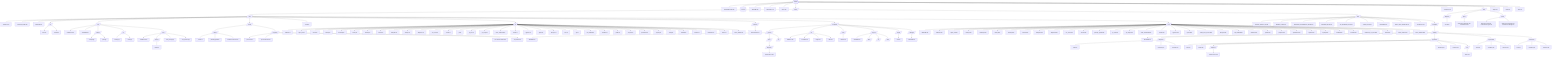
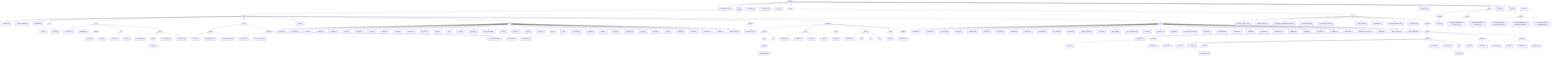
- %% antcrate tree — generated 2026-06-01T19:01:52Z
+ %% antcrate tree — generated 2026-06-07T03:29:42Z
graph TD
  root(["antcrate"])
  1["CONTRIBUTING.md"]
  root --> 1
  2[(LICENSE)]
  root --> 2
  3["README.md"]
  root --> 3
  4["SECURITY.md"]
  root --> 4
  5["SKILL.md"]
  root --> 5
  6[/assets/]
  root --> 6
  6a[/code/]
  6 --> 6a
  6a1["AGENTS.md"]
  6a --> 6a1
  6a2["CLAUDE_CODE.md"]
  6a --> 6a2
  6a3["README.md"]
  6a --> 6a3
  6a4[/bin/]
  6a --> 6a4
  6a4a["antcrate"]
  6a4 --> 6a4a
  6a4b["antcrated"]
  6a4 --> 6a4b
  6a5[/core/]
  6a --> 6a5
  6a5a["CMakeLists.txt"]
  6a5 --> 6a5a
  6a5b["README.md"]
  6a5 --> 6a5b
  6a5c[/include/]
  6a5 --> 6a5c
  6a5c1["canary.hpp"]
  6a5c --> 6a5c1
  6a5c2["json.hpp"]
  6a5c --> 6a5c2
  6a5d[/src/]
  6a5 --> 6a5d
  6a5d1["canary.cpp"]
  6a5d --> 6a5d1
  6a5d2["main.cpp"]
  6a5d --> 6a5d2
  6a5e[/tests/]
  6a5 --> 6a5e
  6a5e1["CMakeLists.txt"]
  6a5e --> 6a5e1
  6a5e2[/doctest/]
  6a5e --> 6a5e2
  6a5e2a["doctest.h"]
  6a5e2 --> 6a5e2a
  6a5e3["test_canary.cpp"]
  6a5e --> 6a5e3
  6a5e4["test_smoke.cpp"]
  6a5e --> 6a5e4
  6a6[/hooks/]
  6a --> 6a6
  6a6a[/claude/]
  6a6 --> 6a6a
  6a6a1["_zones.sh"]
  6a6a --> 6a6a1
  6a6a2["gateway-guard.sh"]
  6a6a --> 6a6a2
  6a6a3["shellcheck-on-save.sh"]
  6a6a --> 6a6a3
  6a6b[/templates/]
  6a6 --> 6a6b
  6a6b1["pre-commit-ci"]
  6a6b --> 6a6b1
  6a6b2["pre-commit-secrets"]
  6a6b --> 6a6b2
  6a6b3["pre-commit-stack-bash"]
  6a6b --> 6a6b3
  6a6b4["pre-push-tests"]
  6a6b --> 6a6b4
  6a7["install.sh"]
  6a --> 6a7
  6a8[/lib/]
  6a --> 6a8
  6a8a["address.sh"]
  6a8 --> 6a8a
  6a8b["agent_init.sh"]
  6a8 --> 6a8b
  6a8c["anchor.sh"]
  6a8 --> 6a8c
  6a8d["backup.sh"]
  6a8 --> 6a8d
  6a8e["bootstrap.sh"]
  6a8 --> 6a8e
  6a8f["canary.sh"]
  6a8 --> 6a8f
  6a8g["cleanup.sh"]
  6a8 --> 6a8g
  6a8h["commit.sh"]
  6a8 --> 6a8h
  6a8i["delegate.sh"]
  6a8 --> 6a8i
  6a8j["devops.sh"]
  6a8 --> 6a8j
  6a8k["diagrams.sh"]
  6a8 --> 6a8k
  6a8l["env_scan.sh"]
  6a8 --> 6a8l
  6a8m["events.sh"]
  6a8 --> 6a8m
  6a8n["gh.sh"]
  6a8 --> 6a8n
  6a8o["git_init.sh"]
  6a8 --> 6a8o
  6a8p["git_triage.sh"]
  6a8 --> 6a8p
  6a8q["hook_autoinstall.sh"]
  6a8 --> 6a8q
  6a8r["hooks.sh"]
  6a8 --> 6a8r
  6a8s["hygiene.sh"]
  6a8 --> 6a8s
  6a8t["ingest.sh"]
  6a8 --> 6a8t
  6a8u["lifecycle.sh"]
  6a8 --> 6a8u
  6a8v["lock.sh"]
  6a8 --> 6a8v
  6a8w["log.sh"]
  6a8 --> 6a8w
  6a8x["md_scaffold.sh"]
  6a8 --> 6a8x
  6a8y["obsidian.sh"]
  6a8 --> 6a8y
  6a8z["profile.sh"]
  6a8 --> 6a8z
  6a8aa["propose.sh"]
  6a8 --> 6a8aa
  6a8ab["quarantine.sh"]
  6a8 --> 6a8ab
  6a8ac["registry.sh"]
  6a8 --> 6a8ac
-   6a8ad["safety.sh"]
+   6a8ad["relocate.sh"]
  6a8 --> 6a8ad
-   6a8ae["scaffold.sh"]
+   6a8ae["safety.sh"]
  6a8 --> 6a8ae
-   6a8af["schema.sh"]
+   6a8af["scaffold.sh"]
  6a8 --> 6a8af
-   6a8ag["subbranch.sh"]
+   6a8ag["schema.sh"]
  6a8 --> 6a8ag
-   6a8ah["watch.sh"]
+   6a8ah["subbranch.sh"]
  6a8 --> 6a8ah
-   6a8ai["watch_window.sh"]
+   6a8ai["watch.sh"]
  6a8 --> 6a8ai
+   6a8aj["watch_window.sh"]
+   6a8 --> 6a8aj
  6a9[/systemd/]
  6a --> 6a9
  6a9a["antcrated.service"]
  6a9 --> 6a9a
  6a10[/templates/]
  6a --> 6a10
  6a10a[/_generic/]
  6a10 --> 6a10a
  6a10a1["README.md"]
  6a10a --> 6a10a1
  6a10a2[/docs/]
  6a10a --> 6a10a2
  6a10a2a[/diagrams/]
  6a10a2 --> 6a10a2a
  6a10a2a1["architecture.mmd"]
  6a10a2a --> 6a10a2a1
  6a10a3[/src/]
  6a10a --> 6a10a3
  6a10b[/md/]
  6a10 --> 6a10b
  6a10b1["AGENTS.md"]
  6a10b --> 6a10b1
  6a10b2["CLAUDE.md"]
  6a10b --> 6a10b2
  6a10b3["ledger.md"]
  6a10b --> 6a10b3
  6a10b4["state.md"]
  6a10b --> 6a10b4
  6a10c[/notes/]
  6a10 --> 6a10c
  6a10c1["INDEX.md"]
  6a10c --> 6a10c1
  6a10d[/projects/]
  6a10 --> 6a10d
  6a10d1["README.md"]
  6a10d --> 6a10d1
  6a10d2[/docs/]
  6a10d --> 6a10d2
  6a10d3[/src/]
  6a10d --> 6a10d3
  6a10d4[/tests/]
  6a10d --> 6a10d4
  6a10e[/scripts/]
  6a10 --> 6a10e
  6a10e1["main.sh"]
  6a10e --> 6a10e1
  6a10f[/webapps/]
  6a10 --> 6a10f
  6a10f1["README.md"]
  6a10f --> 6a10f1
  6a11[/tests/]
  6a --> 6a11
  6a11a["README.md"]
  6a11 --> 6a11a
  6a11b["address.bats"]
  6a11 --> 6a11b
  6a11c["agent_init.bats"]
  6a11 --> 6a11c
  6a11d["backup.bats"]
  6a11 --> 6a11d
  6a11e["bootstrap.bats"]
  6a11 --> 6a11e
  6a11f["canary.bats"]
  6a11 --> 6a11f
  6a11g["cleanup.bats"]
  6a11 --> 6a11g
  6a11h["commit.bats"]
  6a11 --> 6a11h
  6a11i["delegate.bats"]
  6a11 --> 6a11i
  6a11j["diagrams.bats"]
  6a11 --> 6a11j
  6a11k["env_scan.bats"]
  6a11 --> 6a11k
  6a11l["events.bats"]
  6a11 --> 6a11l
  6a11m["gateway_guard.bats"]
  6a11 --> 6a11m
  6a11n["git_init.bats"]
  6a11 --> 6a11n
  6a11o["git_triage.bats"]
  6a11 --> 6a11o
  6a11p["hook_autoinstall.bats"]
  6a11 --> 6a11p
  6a11q["hooks.bats"]
  6a11 --> 6a11q
  6a11r["hygiene.bats"]
  6a11 --> 6a11r
  6a11s["ingest.bats"]
  6a11 --> 6a11s
  6a11t["install_from_source.bats"]
  6a11 --> 6a11t
  6a11u["lifecycle.bats"]
  6a11 --> 6a11u
  6a11v["md_scaffold.bats"]
  6a11 --> 6a11v
  6a11w["obsidian.bats"]
  6a11 --> 6a11w
  6a11x["profile.bats"]
  6a11 --> 6a11x
  6a11y["propose.bats"]
  6a11 --> 6a11y
  6a11z["quarantine.bats"]
  6a11 --> 6a11z
  6a11aa["register.bats"]
  6a11 --> 6a11aa
  6a11ab["registry.bats"]
  6a11 --> 6a11ab
-   6a11ac["scaffold.bats"]
+   6a11ac["relocate.bats"]
  6a11 --> 6a11ac
-   6a11ad["schema.bats"]
+   6a11ad["scaffold.bats"]
  6a11 --> 6a11ad
-   6a11ae["shellcheck_on_save.bats"]
+   6a11ae["schema.bats"]
  6a11 --> 6a11ae
-   6a11af["watch.bats"]
+   6a11af["shellcheck_on_save.bats"]
  6a11 --> 6a11af
-   6a11ag["watch_smoke.bats"]
+   6a11ag["watch.bats"]
  6a11 --> 6a11ag
-   6a11ah["watch_window.bats"]
+   6a11ah["watch_smoke.bats"]
  6a11 --> 6a11ah
+   6a11ai["watch_window.bats"]
+   6a11 --> 6a11ai
  6b[/docs/]
  6 --> 6b
  6b1["AntCrate_blueprint_v0.pdf"]
  6b --> 6b1
  6b2["BUNDLE_SPEC.md"]
  6b --> 6b2
  6b3["DIAGRAM_AUTOMATION_GUIDE.md"]
  6b --> 6b3
  6b4["DIAGRAM_PLAN.md"]
  6b --> 6b4
  6b5["GH_PIPELINE_PLAN.md"]
  6b --> 6b5
  6b6["HOOK_PLAN.md"]
  6b --> 6b6
  6b7["PATTERNS.md"]
  6b --> 6b7
  6b8["POST_DEV_BACKLOG.md"]
  6b --> 6b8
  6b9["architecture.md"]
  6b --> 6b9
  6b10[/examples/]
  6b --> 6b10
  6b10a[/bundles/]
  6b10 --> 6b10a
  6b10a1["README.md"]
  6b10a --> 6b10a1
  6b10a2[/composite/]
  6b10a --> 6b10a2
  6b10a2a["STATUS"]
  6b10a2 --> 6b10a2a
  6b10a2b["manifest.json"]
  6b10a2 --> 6b10a2b
  6b10a2c["research.md"]
  6b10a2 --> 6b10a2c
  6b10a3[/git-pinned/]
  6b10a --> 6b10a3
  6b10a3a["STATUS"]
  6b10a3 --> 6b10a3a
  6b10a3b["claude.md"]
  6b10a3 --> 6b10a3b
  6b10a3c[/diagrams/]
  6b10a3 --> 6b10a3c
  6b10a3c1["architecture.mmd"]
  6b10a3c --> 6b10a3c1
  6b10a3d["manifest.json"]
  6b10a3 --> 6b10a3d
  6b10a3e["research.md"]
  6b10a3 --> 6b10a3e
  6b10a3f[/skill/]
  6b10a3 --> 6b10a3f
  6b10a3f1["SKILL.md"]
  6b10a3f --> 6b10a3f1
  6b10a4[/supersedes/]
  6b10a --> 6b10a4
  6b10a4a["STATUS"]
  6b10a4 --> 6b10a4a
  6b10a4b["manifest.json"]
  6b10a4 --> 6b10a4b
  6b10a4c["research.md"]
  6b10a4 --> 6b10a4c
  6b10a5[/theoretical/]
  6b10a --> 6b10a5
  6b10a5a["STATUS"]
  6b10a5 --> 6b10a5a
  6b10a5b["manifest.json"]
  6b10a5 --> 6b10a5b
  6b10a5c["research.md"]
  6b10a5 --> 6b10a5c
  7["composes.md"]
  root --> 7
  8[/docs/]
  root --> 8
  8a[/diagrams/]
  8 --> 8a
  8a1["tree.mmd"]
  8a --> 8a1
  8b[/plans/]
  8 --> 8b
  8b1["2026-06-01-gateway-rule-violations-fix.md"]
  8b --> 8b1
+   8b2["2026-06-06-relocate-command.md"]
+   8b --> 8b2
  8c[/specs/]
  8 --> 8c
  8c1["2026-05-31-harness-enforcement-layer.md"]
  8c --> 8c1
  8c2["2026-06-01-gateway-rule-violations-fix-design.md"]
  8c --> 8c2
+   8c3["2026-06-06-relocate-command-design.md"]
+   8c --> 8c3
  9["ledger.md"]
  root --> 9
  10["stack.md"]
  root --> 10
  11["state.md"]
  root --> 11
